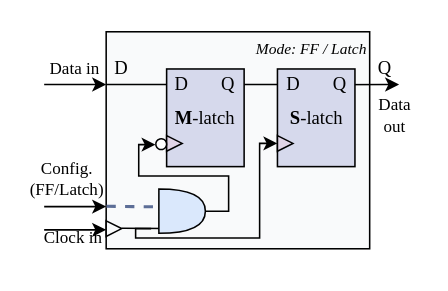
Above: latch.drawio in kxzhu0505/TIRL (draw.io), before the change. Source tidied: cells renumbered, new cells numbered last; positions are measured from the earlier drawing's top-left corner, leaving out a move shared by most shapes. Both pictures are drawn from the tidied source at 155%, with x=0, y=0 at pixel (26, 26).
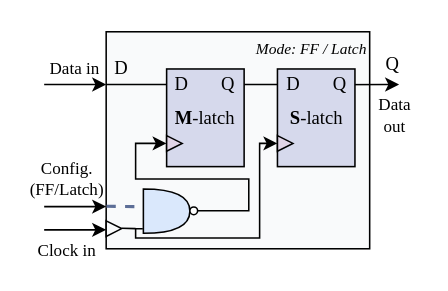
The same diagram, later.

The change refers to these unchanged cells:
```xml
<mxCell id="20" style="triangle;whiteSpace=wrap;html=1;strokeWidth=1;fillColor=#e1d5e7;strokeColor=#000000;fontFamily=Times New Roman;" parent="18" vertex="1">
  <mxGeometry y="43" width="10" height="10" as="geometry" />
</mxCell>
<mxCell id="25" style="triangle;whiteSpace=wrap;html=1;strokeWidth=1;fillColor=#e1d5e7;strokeColor=#000000;fontFamily=Times New Roman;" parent="23" vertex="1">
  <mxGeometry y="43" width="10" height="10" as="geometry" />
</mxCell>
```

What changed in the source:
```diff
@@
-    <mxCell id="4" style="endArrow=classic;html=1;rounded=0;edgeStyle=orthogonalEdgeStyle;strokeWidth=1;endFill=1;fontFamily=Times New Roman;exitX=1;exitY=0.5;exitDx=0;exitDy=0;exitPerimeter=0;entryX=1.01;entryY=0.591;entryDx=0;entryDy=0;entryPerimeter=0;" parent="1" edge="1" source="31" target="33">
+    <mxCell id="4" style="endArrow=classic;html=1;rounded=0;edgeStyle=orthogonalEdgeStyle;strokeWidth=1;endFill=1;fontFamily=Times New Roman;entryX=0;entryY=0.5;entryDx=0;entryDy=0;exitX=1;exitY=0.5;exitDx=0;exitDy=0;" parent="1" edge="1" source="34" target="20">
       <mxGeometry relative="1" as="geometry">
         <Array as="points">
-          <mxPoint x="130" y="119" />
-          <mxPoint x="130" y="96" />
-          <mxPoint x="72" y="96" />
-          <mxPoint x="72" y="76" />
+          <mxPoint x="143" y="119" />
+          <mxPoint x="143" y="98" />
+          <mxPoint x="70" y="98" />
+          <mxPoint x="70" y="75" />
         </Array>
       </mxGeometry>
     </mxCell>
@@
     <mxCell id="7" value="Q" style="text;html=1;align=center;verticalAlign=middle;whiteSpace=wrap;rounded=0;fontFamily=Times New Roman;" parent="1" vertex="1">
-      <mxGeometry x="221" y="17" width="20" height="20" as="geometry" />
+      <mxGeometry x="226" y="14" width="20" height="20" as="geometry" />
     </mxCell>
@@
     <mxCell id="16" value="Clock in" style="text;html=1;align=center;verticalAlign=middle;whiteSpace=wrap;rounded=0;fontFamily=Times New Roman;fontSize=11;" parent="1" vertex="1">
-      <mxGeometry y="121" width="60" height="30" as="geometry" />
+      <mxGeometry x="6" y="133" width="40" height="21" as="geometry" />
     </mxCell>
@@
-    <mxCell id="30" style="endArrow=none;html=1;rounded=0;strokeWidth=1;endFill=1;fontFamily=Times New Roman;startFill=0;entryX=0;entryY=0.293;entryDx=0;entryDy=0;entryPerimeter=0;" parent="1" edge="1">
+    <mxCell id="30" style="endArrow=none;html=1;rounded=0;strokeWidth=1;endFill=1;fontFamily=Times New Roman;startFill=0;" parent="1" edge="1">
       <mxGeometry relative="1" as="geometry">
         <mxPoint x="61" y="129.8" as="sourcePoint" />
-        <mxPoint x="90" y="129.9" as="targetPoint" />
+        <mxPoint x="70" y="130" as="targetPoint" />
       </mxGeometry>
     </mxCell>
     <mxCell id="31" style="shape=or;whiteSpace=wrap;html=1;fillColor=#dae8fc;strokeColor=#000000;" parent="1" vertex="1">
-      <mxGeometry x="85" y="104.5" width="30" height="28.5" as="geometry" />
+      <mxGeometry x="75" y="104.5" width="30" height="28.5" as="geometry" />
     </mxCell>
-    <mxCell id="32" style="endArrow=classic;html=1;rounded=0;strokeWidth=1;endFill=1;fontFamily=Times New Roman;entryX=0;entryY=0.5;entryDx=0;entryDy=0;edgeStyle=orthogonalEdgeStyle;" parent="1" edge="1" target="25">
+    <mxCell id="32" style="endArrow=classic;html=1;rounded=0;strokeWidth=1;endFill=1;fontFamily=Times New Roman;entryX=0;entryY=0.5;entryDx=0;entryDy=0;edgeStyle=orthogonalEdgeStyle;exitX=-0.012;exitY=0.899;exitDx=0;exitDy=0;exitPerimeter=0;" parent="1" edge="1" source="31" target="25">
       <mxGeometry relative="1" as="geometry">
-        <mxPoint x="80" y="130" as="sourcePoint" />
         <Array as="points">
           <mxPoint x="70" y="130" />
           <mxPoint x="70" y="136" />
           <mxPoint x="150" y="136" />
           <mxPoint x="150" y="75" />
         </Array>
       </mxGeometry>
     </mxCell>
-    <mxCell id="33" style="ellipse;whiteSpace=wrap;html=1;rotation=75;direction=south;" parent="1" vertex="1">
-      <mxGeometry x="83" y="72" width="7" height="7" as="geometry" />
-    </mxCell>
+    <mxCell id="34" style="ellipse;whiteSpace=wrap;html=1;" parent="1" vertex="1">
+      <mxGeometry x="105" y="116" width="5" height="5" as="geometry" />
+    </mxCell>
```
